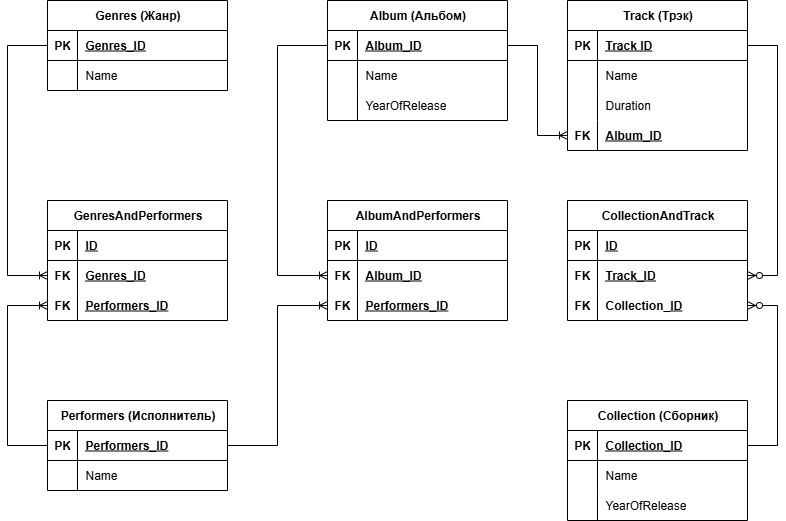
BOSS-OIOKTPP/Homeworks_Netology_C_plus_plus keeps this draw.io diagram as Databases/02-CreateDatabase/MusicSiteNew.drawio.png. Above is the earlier version. Source tidied: cells renumbered, new cells last; positions are measured from the earlier drawing's top-left corner, leaving out a move shared by most shapes.
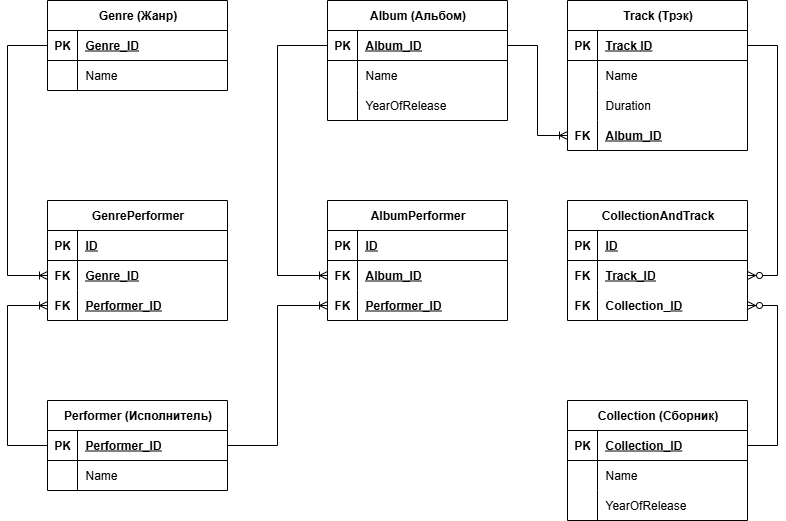
The same file after the commit.

Change to the diagram source:
```diff
@@ -2,7 +2,7 @@
   <root>
     <mxCell id="0" />
     <mxCell id="1" parent="0" />
-    <mxCell id="2" value="Genres (Жанр)" style="shape=table;startSize=30;rowLines=0;fontStyle=1;align=center;html=1;" parent="1" vertex="1">
+    <mxCell id="2" value="Genre (Жанр)" style="shape=table;startSize=30;rowLines=0;fontStyle=1;align=center;html=1;" parent="1" vertex="1">
       <mxGeometry x="40" width="180" height="90" as="geometry" />
     </mxCell>
     <mxCell id="3" style="shape=tableRow;horizontal=0;startSize=0;swimlaneHead=0;swimlaneBody=0;fillColor=none;points=[[0,0.5],[1,0.5]];portConstraint=eastwest;top=0;left=0;right=0;bottom=1;" parent="2" vertex="1">
@@ -11,7 +11,7 @@
     <mxCell id="4" value="PK" style="shape=partialRectangle;fillColor=none;top=0;left=0;bottom=0;right=0;fontStyle=1;overflow=hidden;whiteSpace=wrap;html=1;" parent="3" vertex="1">
       <mxGeometry width="30" height="30" as="geometry" />
     </mxCell>
-    <mxCell id="5" value="&lt;span style=&quot;white-space-collapse: preserve;&quot; class=&quot;aNeGP0gI0B9AV8JaHPyH&quot;&gt;&lt;span style=&quot;text-align: center; white-space: nowrap;&quot;&gt;Genres&lt;/span&gt;_&lt;/span&gt;ID" style="shape=partialRectangle;fillColor=none;top=0;left=0;bottom=0;right=0;align=left;spacingLeft=6;fontStyle=5;overflow=hidden;whiteSpace=wrap;html=1;" parent="3" vertex="1">
+    <mxCell id="5" value="&lt;span style=&quot;white-space-collapse: preserve;&quot; class=&quot;aNeGP0gI0B9AV8JaHPyH&quot;&gt;&lt;span style=&quot;text-align: center; white-space: nowrap;&quot;&gt;Genre&lt;/span&gt;_&lt;/span&gt;ID" style="shape=partialRectangle;fillColor=none;top=0;left=0;bottom=0;right=0;align=left;spacingLeft=6;fontStyle=5;overflow=hidden;whiteSpace=wrap;html=1;" parent="3" vertex="1">
       <mxGeometry x="30" width="150" height="30" as="geometry" />
     </mxCell>
     <mxCell id="6" style="shape=tableRow;horizontal=0;startSize=0;swimlaneHead=0;swimlaneBody=0;fillColor=none;top=0;left=0;right=0;bottom=0;" parent="2" vertex="1">
@@ -23,7 +23,7 @@
     <mxCell id="8" value="Name" style="shape=partialRectangle;fillColor=none;top=0;left=0;bottom=0;right=0;align=left;spacingLeft=6;overflow=hidden;whiteSpace=wrap;html=1;" parent="6" vertex="1">
       <mxGeometry x="30" width="150" height="30" as="geometry" />
     </mxCell>
-    <mxCell id="9" value="Performers (Исполнитель)" style="shape=table;startSize=30;rowLines=0;fontStyle=1;align=center;html=1;" parent="1" vertex="1">
+    <mxCell id="9" value="Performer (Исполнитель)" style="shape=table;startSize=30;rowLines=0;fontStyle=1;align=center;html=1;" parent="1" vertex="1">
       <mxGeometry x="40" y="400" width="180" height="90" as="geometry" />
     </mxCell>
     <mxCell id="10" style="shape=tableRow;horizontal=0;startSize=0;swimlaneHead=0;swimlaneBody=0;fillColor=none;points=[[0,0.5],[1,0.5]];portConstraint=eastwest;top=0;left=0;right=0;bottom=1;" parent="9" vertex="1">
@@ -32,7 +32,7 @@
     <mxCell id="11" value="PK" style="shape=partialRectangle;fillColor=none;top=0;left=0;bottom=0;right=0;fontStyle=1;overflow=hidden;whiteSpace=wrap;html=1;" parent="10" vertex="1">
       <mxGeometry width="30" height="30" as="geometry" />
     </mxCell>
-    <mxCell id="12" value="Performers_ID" style="shape=partialRectangle;fillColor=none;top=0;left=0;bottom=0;right=0;align=left;spacingLeft=6;fontStyle=5;overflow=hidden;whiteSpace=wrap;html=1;" parent="10" vertex="1">
+    <mxCell id="12" value="Performer_ID" style="shape=partialRectangle;fillColor=none;top=0;left=0;bottom=0;right=0;align=left;spacingLeft=6;fontStyle=5;overflow=hidden;whiteSpace=wrap;html=1;" parent="10" vertex="1">
       <mxGeometry x="30" width="150" height="30" as="geometry" />
     </mxCell>
     <mxCell id="13" style="shape=tableRow;horizontal=0;startSize=0;swimlaneHead=0;swimlaneBody=0;fillColor=none;top=0;left=0;right=0;bottom=0;" parent="9" vertex="1">
@@ -123,7 +123,7 @@
     <mxCell id="40" style="edgeStyle=elbowEdgeStyle;fontSize=12;html=1;endArrow=ERoneToMany;rounded=0;exitX=1;exitY=0.5;exitDx=0;exitDy=0;entryX=0;entryY=0.5;entryDx=0;entryDy=0;" parent="1" edge="1" source="10" target="59">
       <mxGeometry relative="1" as="geometry" />
     </mxCell>
-    <mxCell id="41" value="GenresAndPerformers" style="shape=table;startSize=30;rowLines=0;fontStyle=1;align=center;html=1;" parent="1" vertex="1">
+    <mxCell id="41" value="GenrePerformer" style="shape=table;startSize=30;rowLines=0;fontStyle=1;align=center;html=1;" parent="1" vertex="1">
       <mxGeometry x="40" y="200" width="180" height="120" as="geometry" />
     </mxCell>
     <mxCell id="42" style="shape=tableRow;horizontal=0;startSize=0;swimlaneHead=0;swimlaneBody=0;fillColor=none;top=0;left=0;right=0;bottom=1;" parent="41" vertex="1">
@@ -141,7 +141,7 @@
     <mxCell id="46" value="&lt;span style=&quot;font-weight: 700;&quot;&gt;FK&lt;/span&gt;" style="shape=partialRectangle;fillColor=none;top=0;left=0;bottom=0;right=0;overflow=hidden;whiteSpace=wrap;html=1;" parent="45" vertex="1">
       <mxGeometry width="30" height="30" as="geometry" />
     </mxCell>
-    <mxCell id="47" value="&lt;u&gt;&lt;span style=&quot;font-weight: 700; white-space-collapse: preserve;&quot; class=&quot;aNeGP0gI0B9AV8JaHPyH&quot;&gt;&lt;span style=&quot;text-align: center; white-space: nowrap;&quot;&gt;Genres&lt;/span&gt;_&lt;/span&gt;&lt;span style=&quot;font-weight: 700;&quot;&gt;ID&lt;/span&gt;&lt;/u&gt;" style="shape=partialRectangle;fillColor=none;top=0;left=0;bottom=0;right=0;align=left;spacingLeft=6;overflow=hidden;whiteSpace=wrap;html=1;" parent="45" vertex="1">
+    <mxCell id="47" value="&lt;u&gt;&lt;span style=&quot;font-weight: 700; white-space-collapse: preserve;&quot; class=&quot;aNeGP0gI0B9AV8JaHPyH&quot;&gt;&lt;span style=&quot;text-align: center; white-space: nowrap;&quot;&gt;Genre&lt;/span&gt;_&lt;/span&gt;&lt;span style=&quot;font-weight: 700;&quot;&gt;ID&lt;/span&gt;&lt;/u&gt;" style="shape=partialRectangle;fillColor=none;top=0;left=0;bottom=0;right=0;align=left;spacingLeft=6;overflow=hidden;whiteSpace=wrap;html=1;" parent="45" vertex="1">
       <mxGeometry x="30" width="150" height="30" as="geometry" />
     </mxCell>
     <mxCell id="48" style="shape=tableRow;horizontal=0;startSize=0;swimlaneHead=0;swimlaneBody=0;fillColor=none;points=[[0,0.5],[1,0.5]];portConstraint=eastwest;top=0;left=0;right=0;bottom=0;" parent="41" vertex="1">
@@ -150,7 +150,7 @@
     <mxCell id="49" value="&lt;span style=&quot;font-weight: 700;&quot;&gt;FK&lt;/span&gt;" style="shape=partialRectangle;fillColor=none;top=0;left=0;bottom=0;right=0;overflow=hidden;whiteSpace=wrap;html=1;" parent="48" vertex="1">
       <mxGeometry width="30" height="30" as="geometry" />
     </mxCell>
-    <mxCell id="50" value="&lt;span style=&quot;font-weight: 700; text-decoration-line: underline;&quot;&gt;Performers_ID&lt;/span&gt;" style="shape=partialRectangle;fillColor=none;top=0;left=0;bottom=0;right=0;align=left;spacingLeft=6;overflow=hidden;whiteSpace=wrap;html=1;" parent="48" vertex="1">
+    <mxCell id="50" value="&lt;span style=&quot;font-weight: 700; text-decoration-line: underline;&quot;&gt;Performer_ID&lt;/span&gt;" style="shape=partialRectangle;fillColor=none;top=0;left=0;bottom=0;right=0;align=left;spacingLeft=6;overflow=hidden;whiteSpace=wrap;html=1;" parent="48" vertex="1">
       <mxGeometry x="30" width="150" height="30" as="geometry" />
     </mxCell>
     <mxCell id="51" style="edgeStyle=elbowEdgeStyle;fontSize=12;html=1;endArrow=ERoneToMany;rounded=0;exitX=0;exitY=0.5;exitDx=0;exitDy=0;entryX=0;entryY=0.5;entryDx=0;entryDy=0;" parent="1" edge="1" source="10" target="48">
@@ -160,7 +160,7 @@
         </Array>
       </mxGeometry>
     </mxCell>
-    <mxCell id="52" value="AlbumAndPerformers" style="shape=table;startSize=30;rowLines=0;fontStyle=1;align=center;html=1;" parent="1" vertex="1">
+    <mxCell id="52" value="AlbumPerformer" style="shape=table;startSize=30;rowLines=0;fontStyle=1;align=center;html=1;" parent="1" vertex="1">
       <mxGeometry x="320" y="200" width="180" height="120" as="geometry" />
     </mxCell>
     <mxCell id="53" style="shape=tableRow;horizontal=0;startSize=0;swimlaneHead=0;swimlaneBody=0;fillColor=none;top=0;left=0;right=0;bottom=1;" parent="52" vertex="1">
@@ -187,7 +187,7 @@
     <mxCell id="60" value="&lt;span style=&quot;font-weight: 700;&quot;&gt;FK&lt;/span&gt;" style="shape=partialRectangle;fillColor=none;top=0;left=0;bottom=0;right=0;overflow=hidden;whiteSpace=wrap;html=1;" parent="59" vertex="1">
       <mxGeometry width="30" height="30" as="geometry" />
     </mxCell>
-    <mxCell id="61" value="&lt;span style=&quot;font-weight: 700; text-decoration-line: underline;&quot;&gt;Performers_ID&lt;/span&gt;" style="shape=partialRectangle;fillColor=none;top=0;left=0;bottom=0;right=0;align=left;spacingLeft=6;overflow=hidden;whiteSpace=wrap;html=1;" parent="59" vertex="1">
+    <mxCell id="61" value="&lt;span style=&quot;font-weight: 700; text-decoration-line: underline;&quot;&gt;Performer_ID&lt;/span&gt;" style="shape=partialRectangle;fillColor=none;top=0;left=0;bottom=0;right=0;align=left;spacingLeft=6;overflow=hidden;whiteSpace=wrap;html=1;" parent="59" vertex="1">
       <mxGeometry x="30" width="150" height="30" as="geometry" />
     </mxCell>
     <mxCell id="62" style="edgeStyle=elbowEdgeStyle;fontSize=12;html=1;endArrow=ERoneToMany;rounded=0;exitX=0;exitY=0.5;exitDx=0;exitDy=0;entryX=0;entryY=0.5;entryDx=0;entryDy=0;" parent="1" edge="1" source="17" target="56">
```
